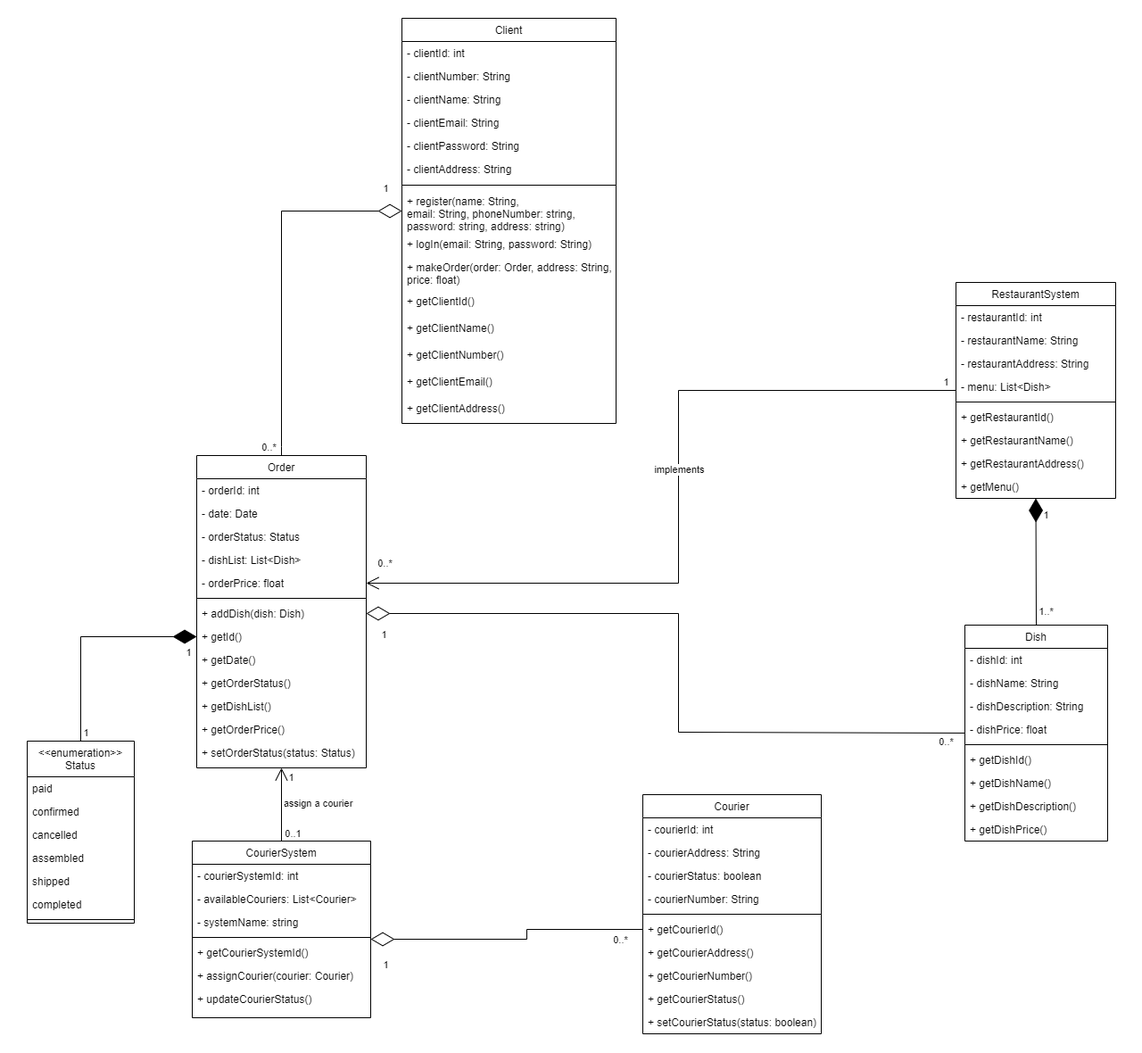
This is PNG-files/classDiagram.png from Kaldazar/tp3, a draw.io export, as it was before one commit. Source tidied: cells renumbered, new cells last; positions are measured from the earlier drawing's top-left corner, leaving out a move shared by most shapes.
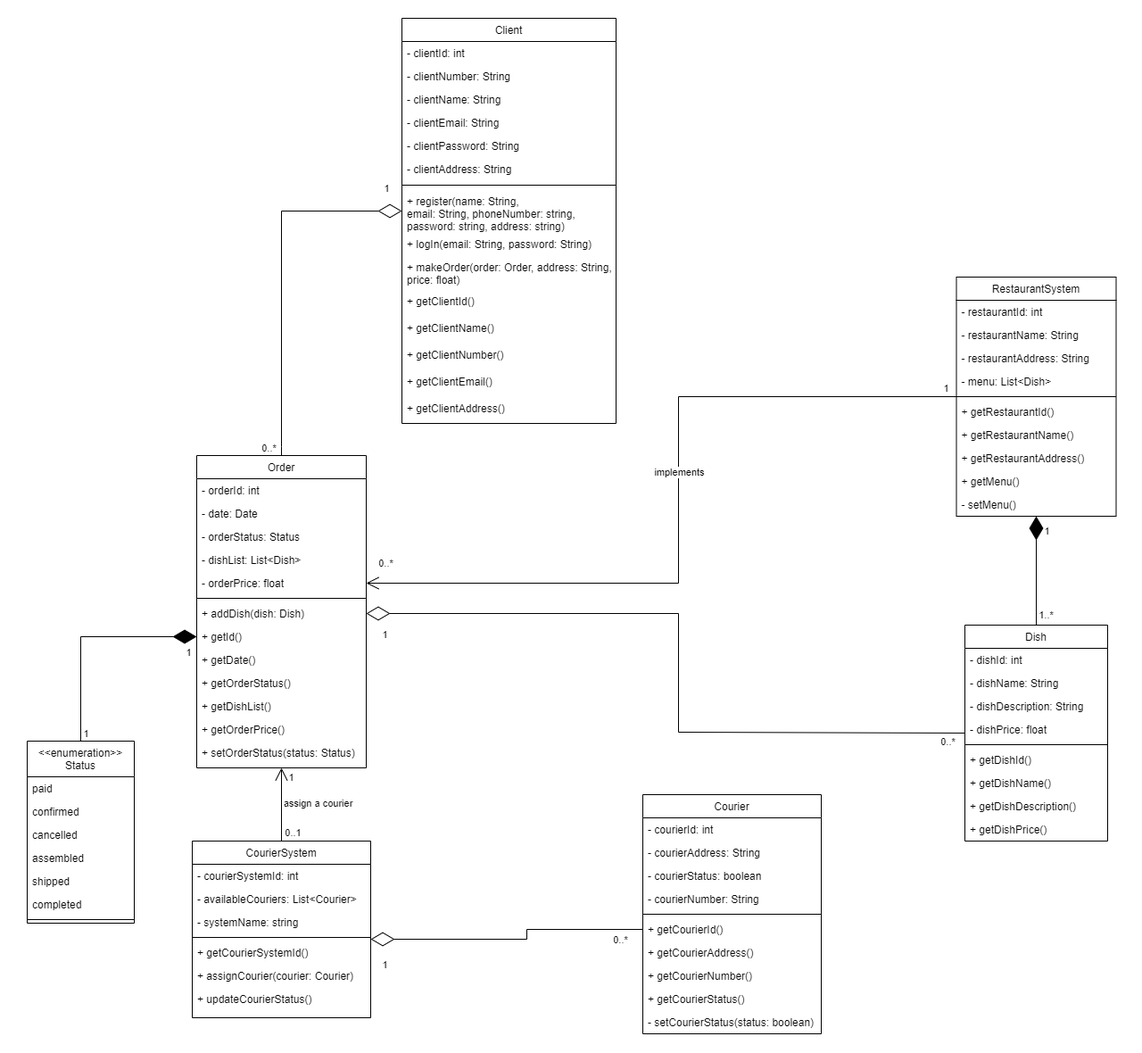
The same file after the commit.

Diff of the diagram source:
```diff
@@ -144,7 +144,7 @@
       </mxGeometry>
     </mxCell>
     <mxCell id="46" value="RestaurantSystem" style="swimlane;fontStyle=0;align=center;verticalAlign=top;horizontal=1;startSize=26;rounded=0;shadow=0;strokeWidth=1;" parent="1" vertex="1">
-      <mxGeometry x="1071" y="316" width="179" height="242" as="geometry" />
+      <mxGeometry x="1071.5" y="310" width="179" height="268" as="geometry" />
     </mxCell>
     <mxCell id="47" value="- restaurantId: int" style="text;align=left;verticalAlign=top;spacingLeft=4;spacingRight=4;overflow=hidden;" parent="46" vertex="1">
       <mxGeometry y="26" width="179" height="26" as="geometry" />
@@ -173,10 +173,13 @@
     <mxCell id="55" value="+ getMenu()" style="text;align=left;verticalAlign=top;spacingLeft=4;spacingRight=4;overflow=hidden;" parent="46" vertex="1">
       <mxGeometry y="216" width="179" height="26" as="geometry" />
     </mxCell>
+    <mxCell id="103" value="- setMenu()" style="text;align=left;verticalAlign=top;spacingLeft=4;spacingRight=4;overflow=hidden;" parent="46" vertex="1">
+      <mxGeometry y="242" width="179" height="26" as="geometry" />
+    </mxCell>
     <mxCell id="56" style="endArrow=open;endFill=1;endSize=12;html=1;rounded=0;entryX=1;entryY=0.5;entryDx=0;entryDy=0;exitX=0;exitY=0.5;exitDx=0;exitDy=0;" parent="1" edge="1" source="46" target="24">
       <mxGeometry relative="1" as="geometry">
         <Array as="points">
-          <mxPoint x="760" y="437" />
+          <mxPoint x="760" y="444" />
           <mxPoint x="760" y="653" />
         </Array>
       </mxGeometry>
@@ -263,7 +266,7 @@
     <mxCell id="80" value="+ getCourierStatus()" style="text;align=left;verticalAlign=top;spacingLeft=4;spacingRight=4;overflow=hidden;" parent="71" vertex="1">
       <mxGeometry y="216" width="200" height="26" as="geometry" />
     </mxCell>
-    <mxCell id="81" value="+ setCourierStatus(status: boolean)" style="text;align=left;verticalAlign=top;spacingLeft=4;spacingRight=4;overflow=hidden;" parent="71" vertex="1">
+    <mxCell id="81" value="- setCourierStatus(status: boolean)" style="text;align=left;verticalAlign=top;spacingLeft=4;spacingRight=4;overflow=hidden;" parent="71" vertex="1">
       <mxGeometry y="242" width="200" height="26" as="geometry" />
     </mxCell>
     <mxCell id="82" style="endArrow=diamondThin;endFill=0;endSize=24;html=1;rounded=0;entryX=1;entryY=1.231;entryDx=0;entryDy=0;entryPerimeter=0;exitX=0;exitY=0.5;exitDx=0;exitDy=0;" parent="1" edge="1" source="77" target="66">
```
